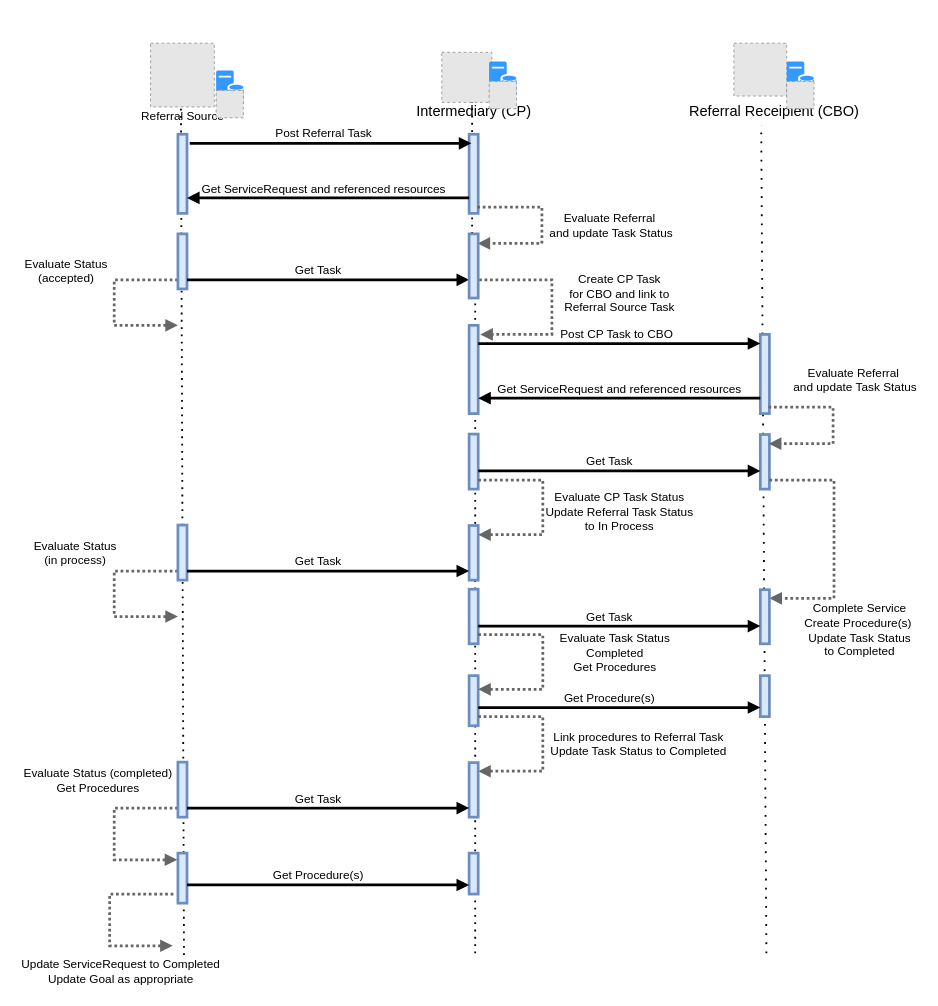
The draw.io diagram Images Source/DetailedIndirectReferral.drawio in HL7/fhir-sdoh-clinicalcare, before the edit. Source tidied: cells renumbered, new cells numbered last; positions are measured from the earlier drawing's top-left corner, leaving out a move shared by most shapes. Both pictures are drawn from the tidied source at 91%, with x=0, y=0 at pixel (15, 43). Pictures stored in the file or linked from it are replaced by grey dashed boxes.
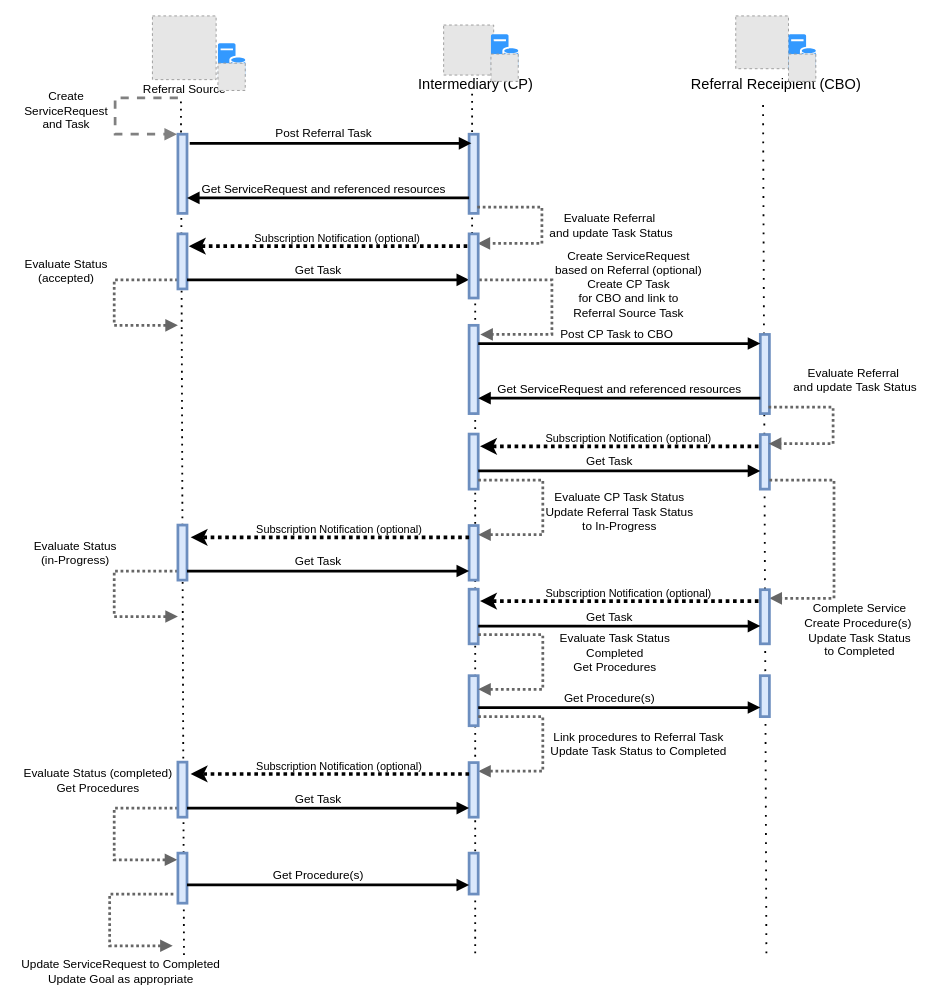
The same diagram, later.

Unchanged cells that the change refers to:
```xml
<mxCell id="64" style="html=1;points=[];perimeter=orthogonalPerimeter;fillColor=#dae8fc;strokeColor=#6c8ebf;strokeWidth=3;fontSize=13;" parent="1" vertex="1">
  <mxGeometry x="498" y="209.5" width="10" height="70.5" as="geometry" />
</mxCell>
```

What changed in the source:
```diff
@@
     <mxCell id="45" style="fillColor=#E6E6E6;strokeColor=#999999;dashed=1;" parent="1" vertex="1">
-      <mxGeometry x="148" width="70" height="70" as="geometry" />
+      <mxGeometry x="150" y="-30" width="70" height="70" as="geometry" />
     </mxCell>
     <mxCell id="46" value="Referral Source" style="text;html=1;align=center;verticalAlign=middle;strokeColor=none;fillColor=none;fontSize=13;strokeWidth=3;" parent="1" vertex="1">
-      <mxGeometry x="128" y="70" width="110" height="20" as="geometry" />
+      <mxGeometry x="130" y="40" width="110" height="20" as="geometry" />
     </mxCell>
     <mxCell id="47" style="fillColor=#E6E6E6;strokeColor=#999999;dashed=1;" parent="1" vertex="1">
-      <mxGeometry x="789" width="58" height="58" as="geometry" />
+      <mxGeometry x="791" y="-30" width="58" height="58" as="geometry" />
     </mxCell>
     <mxCell id="48" style="fillColor=#E6E6E6;strokeColor=#999999;dashed=1;verticalLabelPosition=bottom;labelBackgroundColor=default;verticalAlign=top;" parent="1" vertex="1">
-      <mxGeometry x="468" y="10" width="55" height="55" as="geometry" />
+      <mxGeometry x="470" y="-20" width="55" height="55" as="geometry" />
     </mxCell>
     <mxCell id="49" value="Referral Receipient (CBO)" style="text;html=1;align=center;verticalAlign=middle;points=[];strokeColor=none;fillColor=none;fontSize=16;" parent="1" vertex="1">
-      <mxGeometry x="733" y="60" width="200" height="30" as="geometry" />
+      <mxGeometry x="735" y="30" width="200" height="30" as="geometry" />
     </mxCell>
     <mxCell id="50" value="Intermediary (CP)" style="text;html=1;align=center;verticalAlign=middle;strokeColor=none;fillColor=none;fontSize=16;" parent="1" vertex="1">
-      <mxGeometry x="433" y="65" width="140" height="20" as="geometry" />
+      <mxGeometry x="435" y="35" width="140" height="20" as="geometry" />
     </mxCell>
@@
-    <mxCell id="52" value="&lt;span style=&quot;text-align: left; background-color: rgb(255, 255, 255);&quot;&gt;Evaluate CP Task Status&lt;/span&gt;&lt;br style=&quot;text-align: left;&quot;&gt;&lt;span style=&quot;text-align: left; background-color: rgb(255, 255, 255);&quot;&gt;Update Referral Task Status &lt;br&gt;to In Process&lt;/span&gt;" style="text;html=1;align=center;verticalAlign=middle;strokeColor=none;fillColor=none;fontSize=13;" parent="1" vertex="1">
-      <mxGeometry x="573" y="490" width="180" height="50" as="geometry" />
+    <mxCell id="52" value="&lt;span style=&quot;text-align: left; background-color: rgb(255, 255, 255);&quot;&gt;Evaluate CP Task Status&lt;/span&gt;&lt;br style=&quot;text-align: left;&quot;&gt;&lt;span style=&quot;text-align: left; background-color: rgb(255, 255, 255);&quot;&gt;Update Referral Task Status &lt;br&gt;to In-Progress&lt;/span&gt;" style="text;html=1;align=center;verticalAlign=middle;strokeColor=none;fillColor=none;fontSize=13;" parent="1" vertex="1">
+      <mxGeometry x="568" y="485" width="190" height="60" as="geometry" />
     </mxCell>
@@
-    <mxCell id="58" value="&lt;span style=&quot;text-align: left; background-color: rgb(255, 255, 255);&quot;&gt;Create CP Task&lt;/span&gt;&lt;br style=&quot;text-align: left;&quot;&gt;&lt;span style=&quot;text-align: left; background-color: rgb(255, 255, 255);&quot;&gt;for CBO and link to&lt;/span&gt;&lt;br style=&quot;text-align: left;&quot;&gt;&lt;span style=&quot;text-align: left; background-color: rgb(255, 255, 255);&quot;&gt;Referral Source Task&lt;/span&gt;" style="text;html=1;align=center;verticalAlign=middle;strokeColor=none;fillColor=none;fontSize=13;" parent="1" vertex="1">
-      <mxGeometry x="593" y="250" width="140" height="50" as="geometry" />
+    <mxCell id="58" value="&lt;span style=&quot;text-align: left; background-color: rgb(255, 255, 255);&quot;&gt;Create ServiceRequest &lt;br&gt;based on Referral (optional)&lt;br&gt;Create CP Task&lt;/span&gt;&lt;br style=&quot;text-align: left;&quot;&gt;&lt;span style=&quot;text-align: left; background-color: rgb(255, 255, 255);&quot;&gt;for CBO and link to&lt;/span&gt;&lt;br style=&quot;text-align: left;&quot;&gt;&lt;span style=&quot;text-align: left; background-color: rgb(255, 255, 255);&quot;&gt;Referral Source Task&lt;/span&gt;" style="text;html=1;align=center;verticalAlign=middle;strokeColor=none;fillColor=none;fontSize=13;" parent="1" vertex="1">
+      <mxGeometry x="583" y="220" width="180" height="90" as="geometry" />
     </mxCell>
@@
-    <mxCell id="61" value="&lt;span style=&quot;text-align: left; background-color: rgb(255, 255, 255);&quot;&gt;Evaluate Status&lt;/span&gt;&lt;br style=&quot;text-align: left;&quot;&gt;&lt;span style=&quot;text-align: left; background-color: rgb(255, 255, 255);&quot;&gt;(in process)&lt;/span&gt;" style="text;html=1;align=center;verticalAlign=middle;strokeColor=none;fillColor=none;fontSize=13;" parent="1" vertex="1">
+    <mxCell id="61" value="&lt;span style=&quot;text-align: left; background-color: rgb(255, 255, 255);&quot;&gt;Evaluate Status&lt;/span&gt;&lt;br style=&quot;text-align: left;&quot;&gt;&lt;span style=&quot;text-align: left; background-color: rgb(255, 255, 255);&quot;&gt;(in-Progress)&lt;/span&gt;" style="text;html=1;align=center;verticalAlign=middle;strokeColor=none;fillColor=none;fontSize=13;" parent="1" vertex="1">
       <mxGeometry x="10" y="540" width="110" height="40" as="geometry" />
     </mxCell>
@@
     <mxCell id="65" style="group;" parent="1" vertex="1">
-      <mxGeometry x="220" y="30" width="30" height="54" as="geometry" />
+      <mxGeometry x="222" width="30" height="54" as="geometry" />
     </mxCell>
@@
     <mxCell id="68" style="group;" parent="1" vertex="1">
-      <mxGeometry x="520" y="20" width="30" height="54" as="geometry" />
+      <mxGeometry x="522" y="-10" width="30" height="54" as="geometry" />
     </mxCell>
@@
     <mxCell id="71" style="group;" parent="1" vertex="1">
-      <mxGeometry x="847" y="20" width="30" height="54" as="geometry" />
+      <mxGeometry x="849" y="-10" width="30" height="54" as="geometry" />
     </mxCell>
@@
+    <mxCell id="74" style="edgeStyle=orthogonalEdgeStyle;html=1;align=left;spacingLeft=2;endArrow=block;rounded=0;strokeWidth=3;fontSize=13;dashed=1;strokeColor=#808080;entryX=0.3;entryY=-0.056;entryDx=0;entryDy=0;entryPerimeter=0;" parent="1" edge="1">
+      <mxGeometry x="0.04" y="-40" relative="1" as="geometry">
+        <mxPoint x="178" y="60" as="sourcePoint" />
+        <mxPoint x="177" y="100" as="targetPoint" />
+        <Array as="points">
+          <mxPoint x="109" y="60" />
+          <mxPoint x="109" y="100" />
+        </Array>
+      </mxGeometry>
+    </mxCell>
+    <mxCell id="75" value="&lt;span style=&quot;font-size: 13px; text-align: left; background-color: rgb(255, 255, 255);&quot;&gt;Create &lt;br&gt;ServiceRequest &lt;br style=&quot;font-size: 13px;&quot;&gt;and Task&lt;br&gt;&lt;/span&gt;" style="text;html=1;align=center;verticalAlign=middle;strokeColor=none;fillColor=none;fontSize=13;" parent="1" vertex="1">
+      <mxGeometry y="44" width="110" height="59" as="geometry" />
+    </mxCell>
+    <mxCell id="76" style="endArrow=classic;html=1;rounded=0;strokeWidth=4;dashed=1;dashPattern=1 1;exitX=-0.2;exitY=0.191;exitDx=0;exitDy=0;exitPerimeter=0;" parent="1" edge="1" source="64">
+      <mxGeometry relative="1" as="geometry">
+        <mxPoint x="190" y="223" as="targetPoint" />
+      </mxGeometry>
+    </mxCell>
+    <mxCell id="77" value="Subscription Notification (optional)" style="text;html=1;align=center;verticalAlign=middle;strokeColor=none;fillColor=none;" parent="1" vertex="1">
+      <mxGeometry x="248" y="200" width="210" height="30" as="geometry" />
+    </mxCell>
+    <mxCell id="78" style="endArrow=classic;html=1;rounded=0;strokeWidth=4;dashed=1;dashPattern=1 1;exitX=-0.2;exitY=0.191;exitDx=0;exitDy=0;exitPerimeter=0;" parent="1" edge="1">
+      <mxGeometry relative="1" as="geometry">
+        <mxPoint x="498" y="543" as="sourcePoint" />
+        <mxPoint x="192" y="543" as="targetPoint" />
+      </mxGeometry>
+    </mxCell>
+    <mxCell id="79" value="Subscription Notification (optional)" style="text;html=1;align=center;verticalAlign=middle;strokeColor=none;fillColor=none;" parent="1" vertex="1">
+      <mxGeometry x="250" y="520" width="210" height="30" as="geometry" />
+    </mxCell>
+    <mxCell id="80" style="endArrow=classic;html=1;rounded=0;strokeWidth=4;dashed=1;dashPattern=1 1;exitX=-0.2;exitY=0.191;exitDx=0;exitDy=0;exitPerimeter=0;" parent="1" edge="1">
+      <mxGeometry relative="1" as="geometry">
+        <mxPoint x="498" y="803" as="sourcePoint" />
+        <mxPoint x="192" y="803" as="targetPoint" />
+      </mxGeometry>
+    </mxCell>
+    <mxCell id="81" value="Subscription Notification (optional)" style="text;html=1;align=center;verticalAlign=middle;strokeColor=none;fillColor=none;" parent="1" vertex="1">
+      <mxGeometry x="250" y="780" width="210" height="30" as="geometry" />
+    </mxCell>
+    <mxCell id="82" style="endArrow=classic;html=1;rounded=0;strokeWidth=4;dashed=1;dashPattern=1 1;exitX=-0.2;exitY=0.191;exitDx=0;exitDy=0;exitPerimeter=0;" parent="1" edge="1">
+      <mxGeometry relative="1" as="geometry">
+        <mxPoint x="816" y="443" as="sourcePoint" />
+        <mxPoint x="510" y="443" as="targetPoint" />
+      </mxGeometry>
+    </mxCell>
+    <mxCell id="83" value="Subscription Notification (optional)" style="text;html=1;align=center;verticalAlign=middle;strokeColor=none;fillColor=none;" parent="1" vertex="1">
+      <mxGeometry x="568" y="420" width="210" height="30" as="geometry" />
+    </mxCell>
+    <mxCell id="84" style="endArrow=classic;html=1;rounded=0;strokeWidth=4;dashed=1;dashPattern=1 1;exitX=-0.2;exitY=0.191;exitDx=0;exitDy=0;exitPerimeter=0;" parent="1" edge="1">
+      <mxGeometry relative="1" as="geometry">
+        <mxPoint x="816" y="613" as="sourcePoint" />
+        <mxPoint x="510" y="613" as="targetPoint" />
+      </mxGeometry>
+    </mxCell>
+    <mxCell id="85" value="Subscription Notification (optional)" style="text;html=1;align=center;verticalAlign=middle;strokeColor=none;fillColor=none;" parent="1" vertex="1">
+      <mxGeometry x="568" y="590" width="210" height="30" as="geometry" />
+    </mxCell>
```
